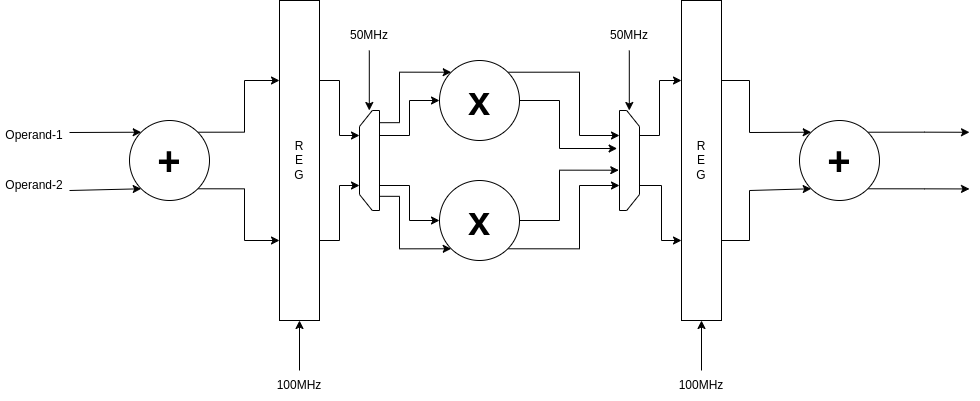
This is docs/bi-tribble_concept.png from aitesam961/bi-tribble, a draw.io export, as it was before one commit. Source tidied: cells renumbered, new cells last; positions are measured from the earlier drawing's top-left corner, leaving out a move shared by most shapes.
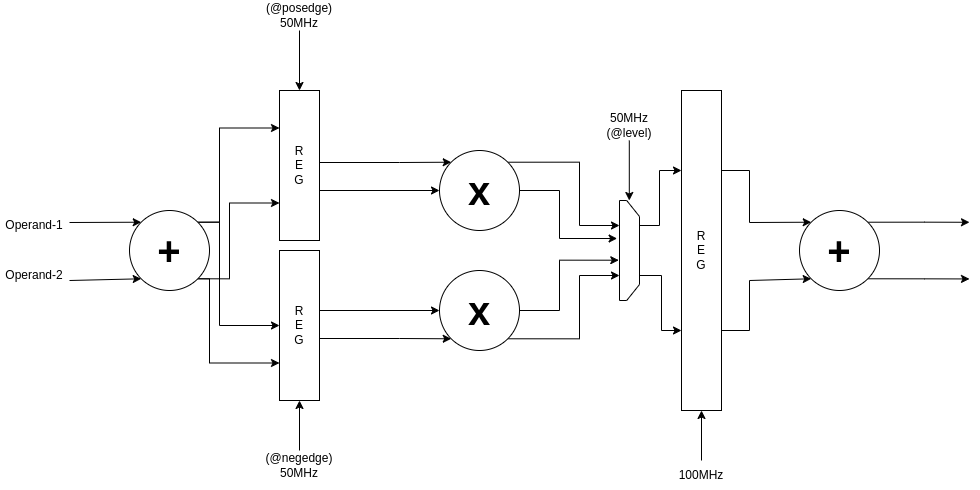
Later version of the same file.

Commit message:
[docs] Update concept diagram

Change to the diagram source:
```diff
@@ -2,21 +2,9 @@
   <root>
     <mxCell id="0" />
     <mxCell id="1" parent="0" />
-    <mxCell id="2" style="edgeStyle=orthogonalEdgeStyle;rounded=0;jettySize=auto;html=1;exitX=1;exitY=0.25;exitDx=0;exitDy=0;entryX=0.75;entryY=0;entryDx=0;entryDy=0;" parent="1" edge="1" source="4" target="36">
-      <mxGeometry relative="1" as="geometry" />
-    </mxCell>
-    <mxCell id="3" style="edgeStyle=orthogonalEdgeStyle;rounded=0;jettySize=auto;html=1;exitX=1;exitY=0.75;exitDx=0;exitDy=0;entryX=0.25;entryY=0;entryDx=0;entryDy=0;" parent="1" edge="1" source="4" target="36">
-      <mxGeometry relative="1" as="geometry" />
-    </mxCell>
     <mxCell id="4" value="R&lt;br&gt;E&lt;br&gt;G" style="rounded=0;whiteSpace=wrap;html=1;" parent="1" vertex="1">
-      <mxGeometry x="280" width="40" height="320" as="geometry" />
+      <mxGeometry x="280" y="160" width="40" height="150" as="geometry" />
     </mxCell>
-    <mxCell id="5" style="edgeStyle=orthogonalEdgeStyle;rounded=0;jettySize=auto;html=1;exitX=1;exitY=0;exitDx=0;exitDy=0;entryX=0;entryY=0.25;entryDx=0;entryDy=0;" parent="1" edge="1" source="11" target="4">
-      <mxGeometry relative="1" as="geometry" />
-    </mxCell>
-    <mxCell id="6" style="edgeStyle=orthogonalEdgeStyle;rounded=0;jettySize=auto;html=1;exitX=1;exitY=1;exitDx=0;exitDy=0;entryX=0;entryY=0.75;entryDx=0;entryDy=0;" parent="1" edge="1" source="11" target="4">
-      <mxGeometry relative="1" as="geometry" />
-    </mxCell>
     <mxCell id="7" style="endArrow=classic;html=1;rounded=0;entryX=0;entryY=0;entryDx=0;entryDy=0;" parent="1" edge="1" target="11">
       <mxGeometry relative="1" as="geometry">
         <mxPoint x="70" y="132" as="sourcePoint" />
@@ -33,12 +21,44 @@
     <mxCell id="10" value="Operand-2" style="text;html=1;strokeColor=none;fillColor=none;align=center;verticalAlign=middle;whiteSpace=wrap;rounded=0;" parent="1" vertex="1">
       <mxGeometry y="170" width="70" height="30" as="geometry" />
     </mxCell>
+    <mxCell id="40" style="edgeStyle=orthogonalEdgeStyle;rounded=0;jettySize=auto;html=1;exitX=1;exitY=0;exitDx=0;exitDy=0;entryX=0;entryY=0.25;entryDx=0;entryDy=0;" parent="1" edge="1" source="11" target="44">
+      <mxGeometry relative="1" as="geometry">
+        <Array as="points">
+          <mxPoint x="220" y="132" />
+          <mxPoint x="220" y="38" />
+        </Array>
+      </mxGeometry>
+    </mxCell>
+    <mxCell id="41" style="edgeStyle=orthogonalEdgeStyle;rounded=0;jettySize=auto;html=1;exitX=1;exitY=1;exitDx=0;exitDy=0;entryX=0;entryY=0.75;entryDx=0;entryDy=0;" parent="1" edge="1" source="11" target="4">
+      <mxGeometry relative="1" as="geometry">
+        <Array as="points">
+          <mxPoint x="210" y="188" />
+          <mxPoint x="210" y="273" />
+        </Array>
+      </mxGeometry>
+    </mxCell>
+    <mxCell id="42" style="edgeStyle=orthogonalEdgeStyle;rounded=0;jettySize=auto;html=1;exitX=1;exitY=1;exitDx=0;exitDy=0;entryX=0;entryY=0.75;entryDx=0;entryDy=0;" parent="1" edge="1" source="11" target="44">
+      <mxGeometry relative="1" as="geometry">
+        <Array as="points">
+          <mxPoint x="230" y="188" />
+          <mxPoint x="230" y="113" />
+        </Array>
+      </mxGeometry>
+    </mxCell>
+    <mxCell id="43" style="edgeStyle=orthogonalEdgeStyle;rounded=0;jettySize=auto;html=1;exitX=1;exitY=0;exitDx=0;exitDy=0;" parent="1" edge="1" source="11" target="4">
+      <mxGeometry relative="1" as="geometry">
+        <Array as="points">
+          <mxPoint x="220" y="132" />
+          <mxPoint x="220" y="235" />
+        </Array>
+      </mxGeometry>
+    </mxCell>
     <mxCell id="11" value="&lt;font size=&quot;1&quot; style=&quot;&quot;&gt;&lt;b style=&quot;font-size: 40px;&quot;&gt;+&lt;/b&gt;&lt;/font&gt;" style="ellipse;whiteSpace=wrap;html=1;" parent="1" vertex="1">
       <mxGeometry x="130" y="120" width="80" height="80" as="geometry" />
     </mxCell>
     <mxCell id="12" style="endArrow=classic;html=1;rounded=0;entryX=0.5;entryY=1;entryDx=0;entryDy=0;" parent="1" edge="1" target="4">
       <mxGeometry relative="1" as="geometry">
-        <mxPoint x="300" y="370" as="sourcePoint" />
+        <mxPoint x="300" y="360" as="sourcePoint" />
       </mxGeometry>
     </mxCell>
     <mxCell id="13" style="edgeStyle=orthogonalEdgeStyle;rounded=0;jettySize=auto;html=1;exitX=1;exitY=0;exitDx=0;exitDy=0;entryX=0.25;entryY=1;entryDx=0;entryDy=0;" parent="1" edge="1" source="14" target="31">
@@ -55,8 +75,8 @@
     <mxCell id="15" value="R&lt;br&gt;E&lt;br&gt;G" style="rounded=0;whiteSpace=wrap;html=1;" parent="1" vertex="1">
       <mxGeometry x="682" width="40" height="320" as="geometry" />
     </mxCell>
-    <mxCell id="16" value="100MHz" style="text;html=1;strokeColor=none;fillColor=none;align=center;verticalAlign=middle;whiteSpace=wrap;rounded=0;" parent="1" vertex="1">
-      <mxGeometry x="270" y="370" width="60" height="30" as="geometry" />
+    <mxCell id="16" value="(@negedge) 50MHz" style="text;html=1;strokeColor=none;fillColor=none;align=center;verticalAlign=middle;whiteSpace=wrap;rounded=0;" parent="1" vertex="1">
+      <mxGeometry x="270" y="360" width="60" height="30" as="geometry" />
     </mxCell>
     <mxCell id="17" style="endArrow=classic;html=1;rounded=0;entryX=0.5;entryY=1;entryDx=0;entryDy=0;" parent="1" edge="1">
       <mxGeometry relative="1" as="geometry">
@@ -137,47 +157,42 @@
         <mxPoint x="629.8" y="110" as="targetPoint" />
       </mxGeometry>
     </mxCell>
-    <mxCell id="30" value="50MHz" style="text;html=1;strokeColor=none;fillColor=none;align=center;verticalAlign=middle;whiteSpace=wrap;rounded=0;" parent="1" vertex="1">
+    <mxCell id="30" value="50MHz&lt;br&gt;(@level)" style="text;html=1;strokeColor=none;fillColor=none;align=center;verticalAlign=middle;whiteSpace=wrap;rounded=0;" parent="1" vertex="1">
       <mxGeometry x="600" y="20" width="60" height="30" as="geometry" />
     </mxCell>
     <mxCell id="31" style="shape=loopLimit;whiteSpace=wrap;html=1;size=16;direction=south;" parent="1" vertex="1">
       <mxGeometry x="620" y="110" width="20" height="100" as="geometry" />
     </mxCell>
-    <mxCell id="32" style="edgeStyle=orthogonalEdgeStyle;rounded=0;jettySize=auto;html=1;exitX=0.878;exitY=0.98;exitDx=0;exitDy=0;entryX=0;entryY=0;entryDx=0;entryDy=0;exitPerimeter=0;" parent="1" edge="1" source="36" target="14">
+    <mxCell id="32" style="edgeStyle=orthogonalEdgeStyle;rounded=0;jettySize=auto;html=1;exitX=1;exitY=0.25;exitDx=0;exitDy=0;entryX=0;entryY=0;entryDx=0;entryDy=0;" parent="1" edge="1" source="44" target="14">
       <mxGeometry relative="1" as="geometry">
         <Array as="points">
-          <mxPoint x="400" y="122" />
+          <mxPoint x="320" y="72" />
           <mxPoint x="400" y="72" />
         </Array>
       </mxGeometry>
     </mxCell>
-    <mxCell id="33" style="edgeStyle=orthogonalEdgeStyle;rounded=0;jettySize=auto;html=1;exitX=0.75;exitY=1;exitDx=0;exitDy=0;entryX=0;entryY=0.5;entryDx=0;entryDy=0;" parent="1" edge="1" source="36" target="14">
+    <mxCell id="33" style="edgeStyle=orthogonalEdgeStyle;rounded=0;jettySize=auto;html=1;exitX=1;exitY=0.5;exitDx=0;exitDy=0;entryX=0;entryY=0.5;entryDx=0;entryDy=0;" parent="1" edge="1" source="44" target="14">
       <mxGeometry relative="1" as="geometry">
         <Array as="points">
-          <mxPoint x="410" y="135" />
-          <mxPoint x="410" y="100" />
+          <mxPoint x="320" y="100" />
         </Array>
       </mxGeometry>
     </mxCell>
-    <mxCell id="34" style="edgeStyle=orthogonalEdgeStyle;rounded=0;jettySize=auto;html=1;exitX=0.142;exitY=1;exitDx=0;exitDy=0;entryX=0;entryY=1;entryDx=0;entryDy=0;exitPerimeter=0;" parent="1" edge="1" source="36" target="21">
+    <mxCell id="34" style="edgeStyle=orthogonalEdgeStyle;rounded=0;jettySize=auto;html=1;exitX=1;exitY=0.729;exitDx=0;exitDy=0;entryX=0;entryY=1;entryDx=0;entryDy=0;exitPerimeter=0;" parent="1" edge="1" source="4" target="21">
       <mxGeometry relative="1" as="geometry">
         <Array as="points">
-          <mxPoint x="400" y="196" />
+          <mxPoint x="320" y="248" />
           <mxPoint x="400" y="248" />
         </Array>
       </mxGeometry>
     </mxCell>
-    <mxCell id="35" style="edgeStyle=orthogonalEdgeStyle;rounded=0;jettySize=auto;html=1;exitX=0.25;exitY=1;exitDx=0;exitDy=0;entryX=0;entryY=0.5;entryDx=0;entryDy=0;" parent="1" edge="1" source="36" target="21">
+    <mxCell id="35" style="edgeStyle=orthogonalEdgeStyle;rounded=0;jettySize=auto;html=1;exitX=1;exitY=0.25;exitDx=0;exitDy=0;entryX=0;entryY=0.5;entryDx=0;entryDy=0;" parent="1" edge="1" source="4" target="21">
       <mxGeometry relative="1" as="geometry">
         <Array as="points">
-          <mxPoint x="410" y="185" />
-          <mxPoint x="410" y="220" />
+          <mxPoint x="320" y="220" />
         </Array>
       </mxGeometry>
     </mxCell>
-    <mxCell id="36" style="shape=loopLimit;whiteSpace=wrap;html=1;size=16;direction=north;" parent="1" vertex="1">
-      <mxGeometry x="360" y="110" width="20" height="100" as="geometry" />
-    </mxCell>
     <mxCell id="37" style="edgeStyle=orthogonalEdgeStyle;rounded=0;jettySize=auto;html=1;entryX=0.38;entryY=1.119;entryDx=0;entryDy=0;entryPerimeter=0;" parent="1" edge="1" source="14" target="31">
       <mxGeometry relative="1" as="geometry">
         <Array as="points">
@@ -186,14 +201,16 @@
         </Array>
       </mxGeometry>
     </mxCell>
-    <mxCell id="38" style="endArrow=classic;html=1;rounded=0;" parent="1" edge="1">
-      <mxGeometry relative="1" as="geometry">
-        <mxPoint x="369.8" y="50" as="sourcePoint" />
-        <mxPoint x="369.8" y="110" as="targetPoint" />
-      </mxGeometry>
-    </mxCell>
-    <mxCell id="39" value="50MHz" style="text;html=1;strokeColor=none;fillColor=none;align=center;verticalAlign=middle;whiteSpace=wrap;rounded=0;" parent="1" vertex="1">
-      <mxGeometry x="340" y="20" width="60" height="30" as="geometry" />
-    </mxCell>
+    <mxCell id="44" value="R&lt;br&gt;E&lt;br&gt;G" style="rounded=0;whiteSpace=wrap;html=1;" parent="1" vertex="1">
+      <mxGeometry x="280" width="40" height="150" as="geometry" />
+    </mxCell>
+    <mxCell id="45" style="endArrow=classic;html=1;rounded=0;entryX=0.5;entryY=0;entryDx=0;entryDy=0;" parent="1" edge="1" target="44">
+      <mxGeometry relative="1" as="geometry">
+        <mxPoint x="300" y="-60" as="sourcePoint" />
+      </mxGeometry>
+    </mxCell>
+    <mxCell id="46" value="(@posedge) 50MHz" style="text;html=1;strokeColor=none;fillColor=none;align=center;verticalAlign=middle;whiteSpace=wrap;rounded=0;" parent="1" vertex="1">
+      <mxGeometry x="270" y="-90" width="60" height="30" as="geometry" />
+    </mxCell>
   </root>
 </mxGraphModel>
```
